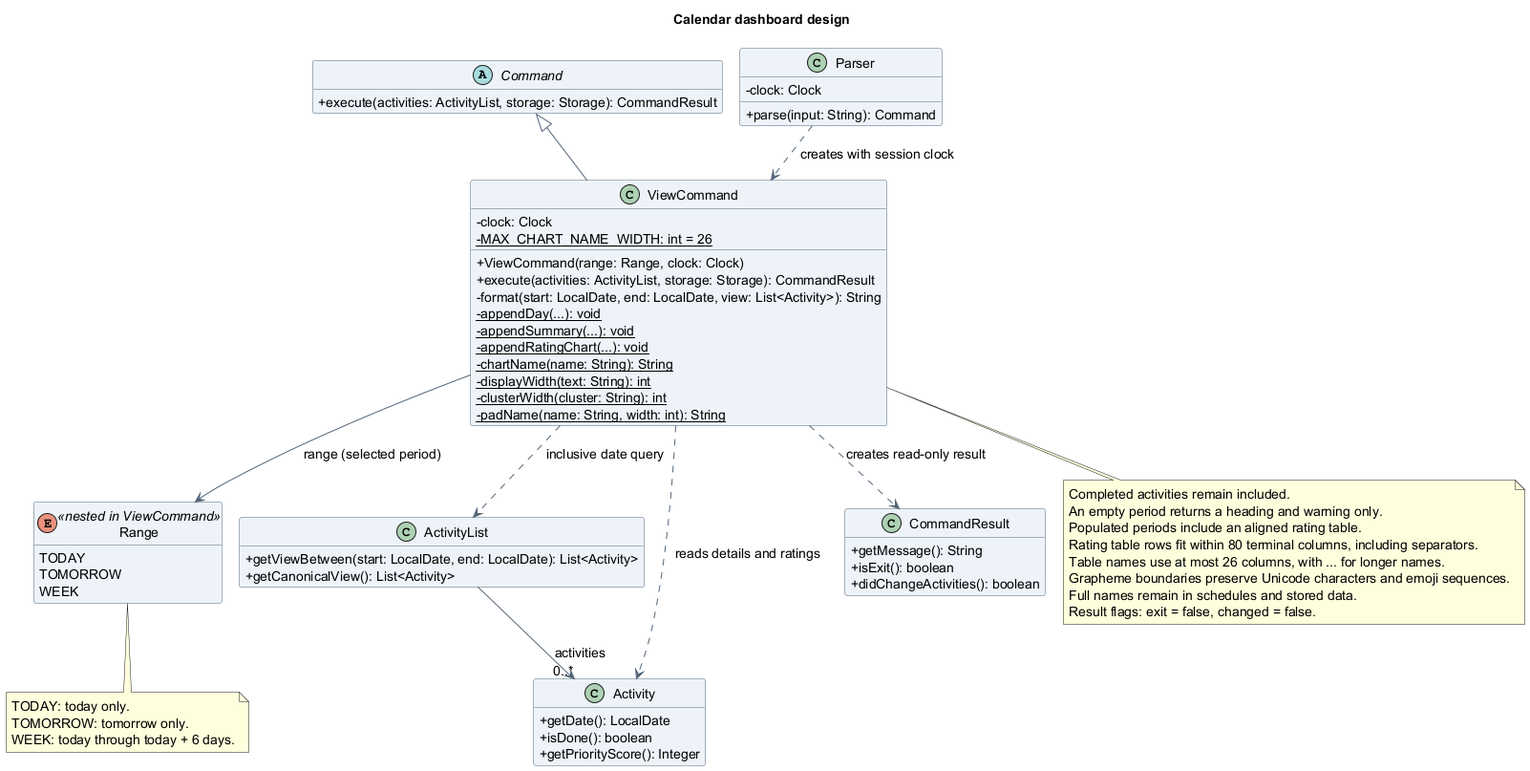
Earlier version of the PlantUML export docs/images/atharva/class/CalendarViewClassDiagram.png (AY2627S1-CS2113-T10-4/tp). Source of this version:
```plantuml
@startuml
!pragma layout smetana
title Calendar dashboard design
skinparam backgroundColor white
skinparam shadowing false
skinparam defaultFontName SansSerif
skinparam defaultFontSize 14
skinparam classAttributeIconSize 0
skinparam classBackgroundColor #EDF3F8
skinparam classBorderColor #526477
skinparam ArrowColor #526477
hide empty members

abstract class Command {
  +execute(activities: ActivityList, storage: Storage): CommandResult
}
class Parser {
  -clock: Clock
  +parse(input: String): Command
}
class ViewCommand {
  -clock: Clock
  {static} -MAX_CHART_NAME_WIDTH: int = 26
  +ViewCommand(range: Range, clock: Clock)
  +execute(activities: ActivityList, storage: Storage): CommandResult
  -format(start: LocalDate, end: LocalDate, view: List<Activity>): String
  {static} -appendDay(...): void
  {static} -appendSummary(...): void
  {static} -appendRatingChart(...): void
  {static} -chartName(name: String): String
  {static} -displayWidth(text: String): int
  {static} -clusterWidth(cluster: String): int
  {static} -padName(name: String, width: int): String
}
enum Range <<nested in ViewCommand>> {
  TODAY
  TOMORROW
  WEEK
}
class ActivityList {
  +getViewBetween(start: LocalDate, end: LocalDate): List<Activity>
  +getCanonicalView(): List<Activity>
}
class Activity {
  +getDate(): LocalDate
  +isDone(): boolean
  +getPriorityScore(): Integer
}
class CommandResult {
  +getMessage(): String
  +isExit(): boolean
  +didChangeActivities(): boolean
}

Command <|-- ViewCommand
Parser ..> ViewCommand : creates with session clock
ViewCommand --> Range : range (selected period)
ViewCommand ..> ActivityList : inclusive date query
ViewCommand ..> Activity : reads details and ratings
ViewCommand ..> CommandResult : creates read-only result
ActivityList --> "0..*" Activity : activities

note bottom of Range
  TODAY: today only.
  TOMORROW: tomorrow only.
  WEEK: today through today + 6 days.
end note
note bottom of ViewCommand
  Completed activities remain included.
  An empty period returns a heading and warning only.
  Populated periods include an aligned rating table.
  Rating table rows fit within 80 terminal columns, including separators.
  Table names use at most 26 columns, with ... for longer names.
  Grapheme boundaries preserve Unicode characters and emoji sequences.
  Full names remain in schedules and stored data.
  Result flags: exit = false, changed = false.
end note
@enduml
```
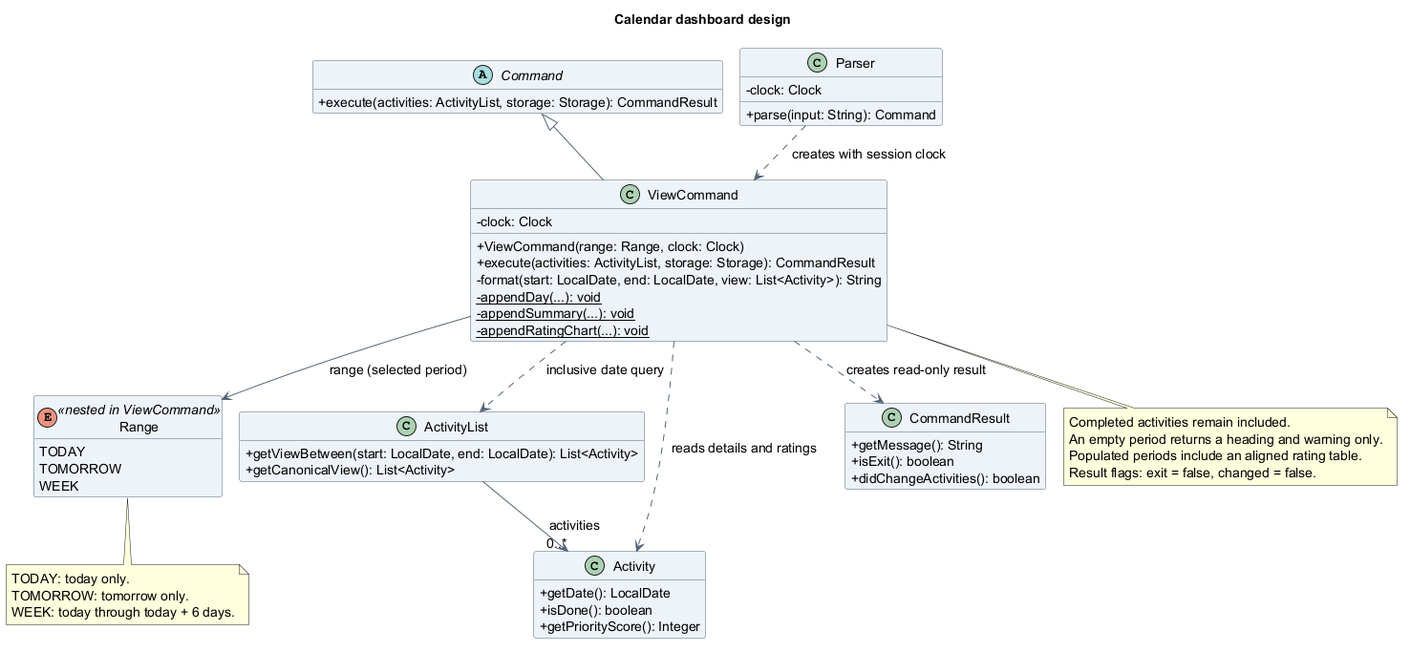
Later version of the same file.

Diff of the diagram source:
```diff
@@ -20,17 +20,12 @@
 }
 class ViewCommand {
   -clock: Clock
-  {static} -MAX_CHART_NAME_WIDTH: int = 26
   +ViewCommand(range: Range, clock: Clock)
   +execute(activities: ActivityList, storage: Storage): CommandResult
   -format(start: LocalDate, end: LocalDate, view: List<Activity>): String
   {static} -appendDay(...): void
   {static} -appendSummary(...): void
   {static} -appendRatingChart(...): void
-  {static} -chartName(name: String): String
-  {static} -displayWidth(text: String): int
-  {static} -clusterWidth(cluster: String): int
-  {static} -padName(name: String, width: int): String
 }
 enum Range <<nested in ViewCommand>> {
   TODAY
@@ -69,10 +64,6 @@
   Completed activities remain included.
   An empty period returns a heading and warning only.
   Populated periods include an aligned rating table.
-  Rating table rows fit within 80 terminal columns, including separators.
-  Table names use at most 26 columns, with ... for longer names.
-  Grapheme boundaries preserve Unicode characters and emoji sequences.
-  Full names remain in schedules and stored data.
   Result flags: exit = false, changed = false.
 end note
 @enduml
```
